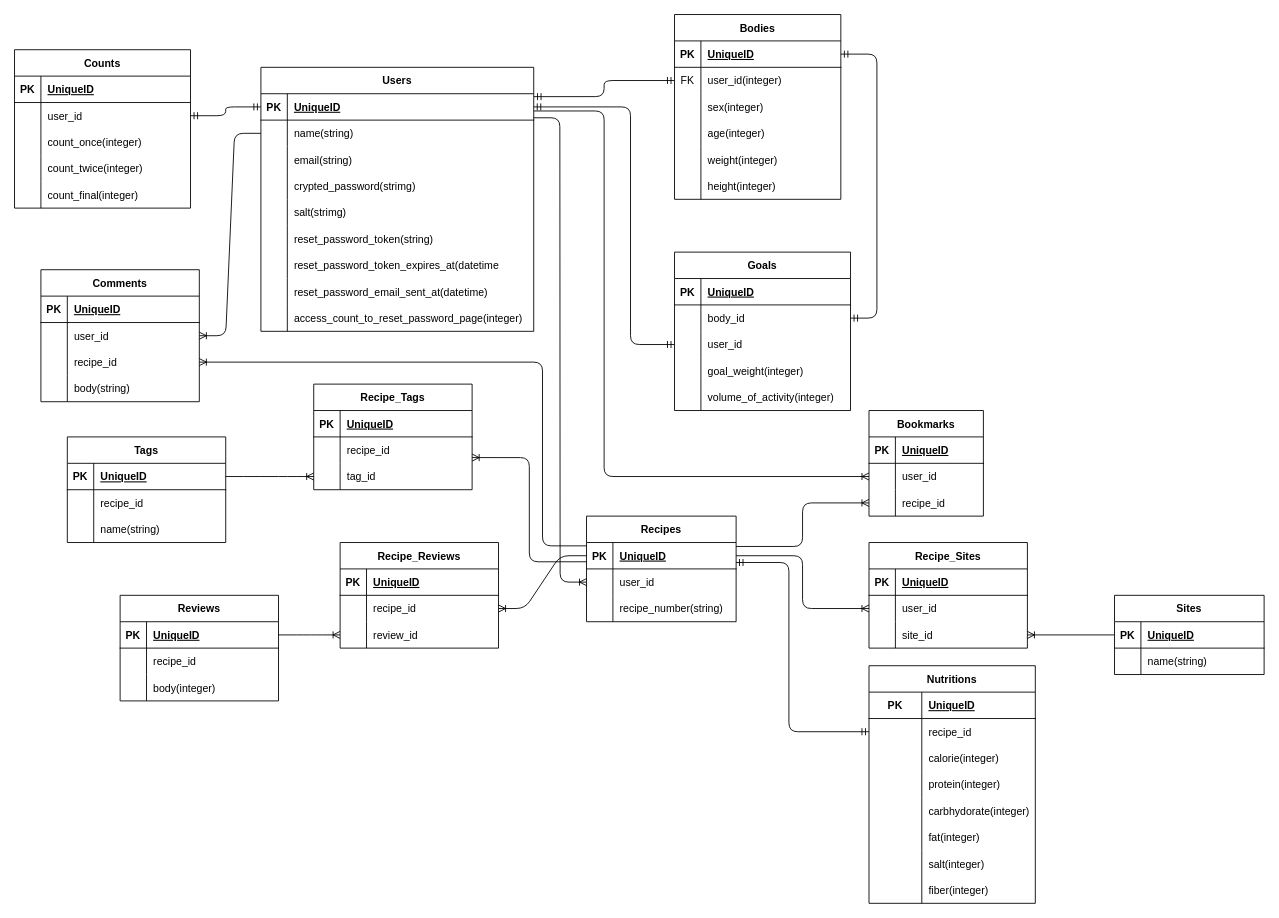
Above: slatrition.drawio in shinotaku1997/slatrition (draw.io), before the change. Source tidied: cells renumbered, new cells numbered last; positions are measured from the earlier drawing's top-left corner, leaving out a move shared by most shapes. Both pictures are drawn from the tidied source at 88%, with x=0, y=0 at pixel (14, 14).
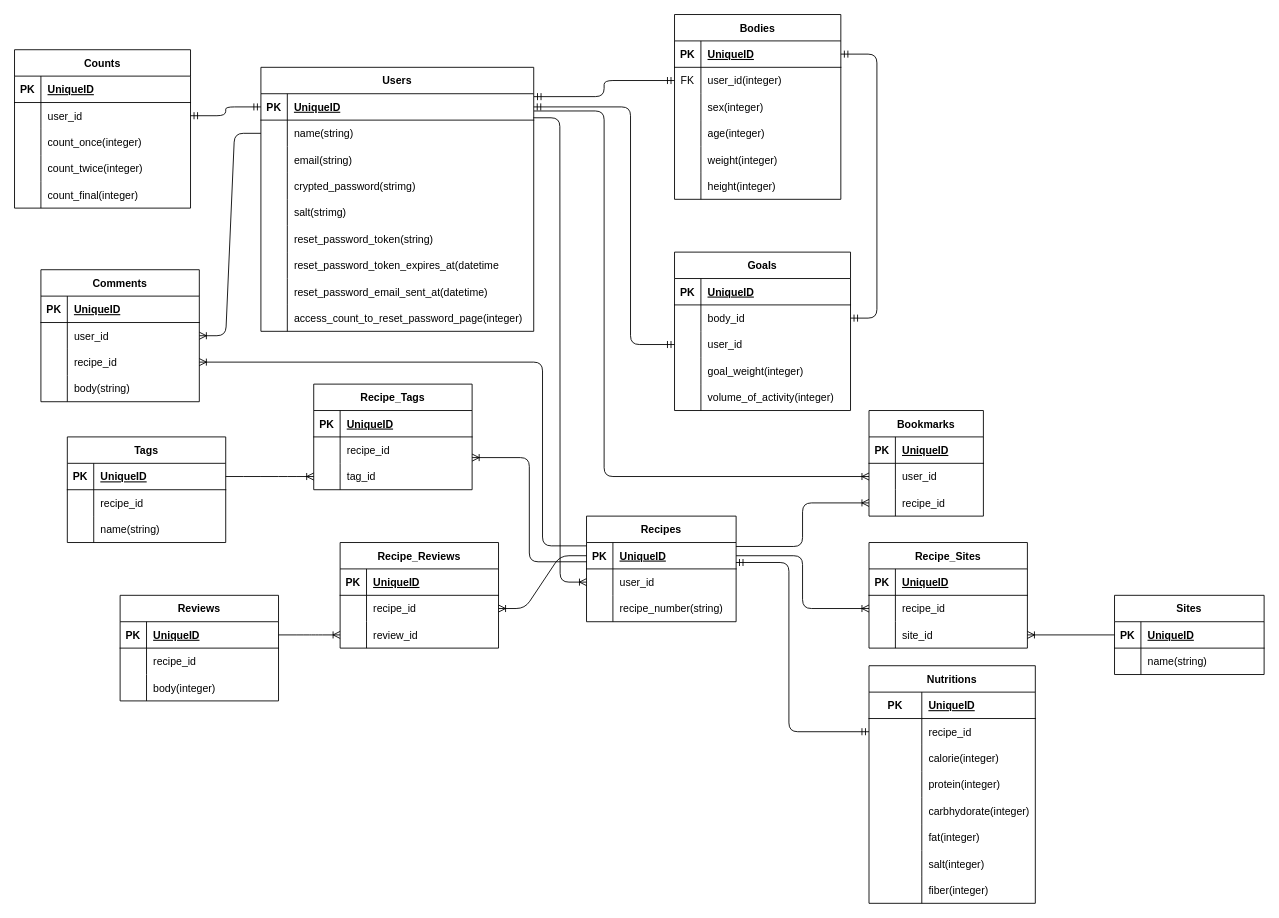
Above is the later version.

The change refers to these unchanged cells:
```xml
<mxCell id="143" style="shape=tableRow;horizontal=0;startSize=0;swimlaneHead=0;swimlaneBody=0;fillColor=none;points=[[0,0.5],[1,0.5]];portConstraint=eastwest;top=0;left=0;right=0;bottom=0;" parent="139" vertex="1">
  <mxGeometry y="60" width="180" height="30" as="geometry" />
</mxCell>
```

Diff of the diagram source:
```diff
@@
-    <mxCell id="145" value="user_id" style="shape=partialRectangle;fillColor=none;top=0;left=0;bottom=0;right=0;align=left;spacingLeft=6;overflow=hidden;" parent="143" vertex="1">
+    <mxCell id="145" value="recipe_id" style="shape=partialRectangle;fillColor=none;top=0;left=0;bottom=0;right=0;align=left;spacingLeft=6;overflow=hidden;" parent="143" vertex="1">
       <mxGeometry x="30" width="150" height="30" as="geometry" />
     </mxCell>
```
